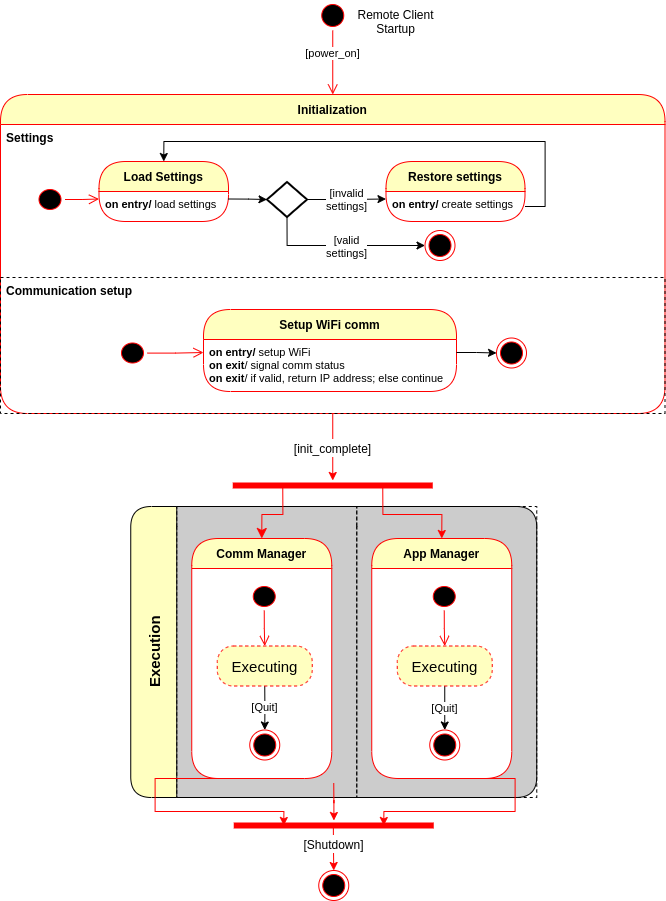
Earlier version of the draw.io export Proj/report/img/state-mach-rc.png (ElectroQuanta/MDO). Source tidied: cells renumbered, new cells last; positions are measured from the earlier drawing's top-left corner, leaving out a move shared by most shapes.
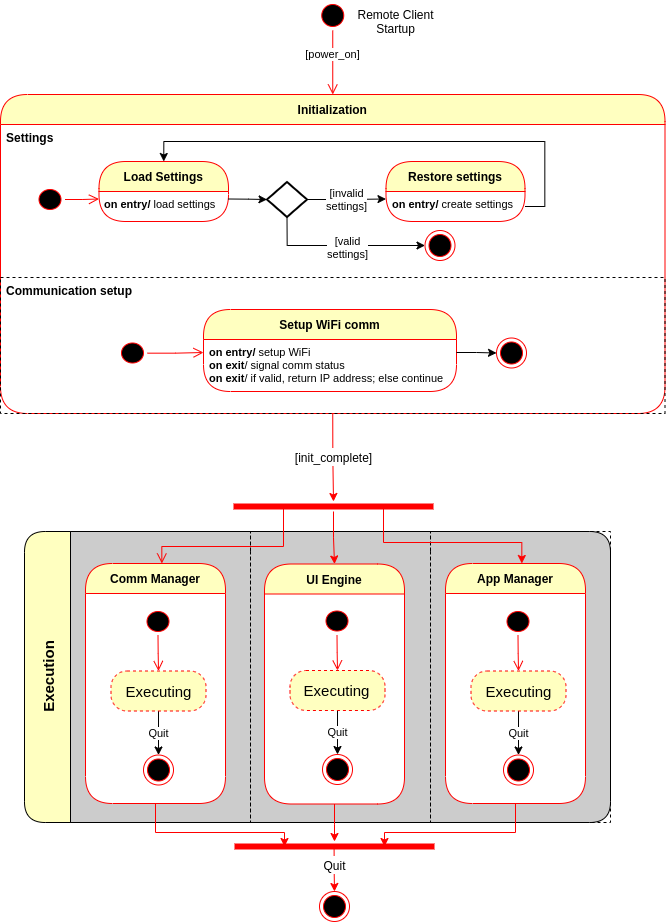
Later version of the same file.

Diff of the diagram source:
```diff
@@ -85,115 +85,142 @@
     <mxCell id="28" style="edgeStyle=orthogonalEdgeStyle;rounded=0;jettySize=auto;html=1;exitX=1;exitY=0.25;exitDx=0;exitDy=0;entryX=0;entryY=0.5;entryDx=0;entryDy=0;fontSize=11;" parent="22" edge="1" source="27" target="25">
       <mxGeometry x="26" as="geometry" />
     </mxCell>
-    <mxCell id="29" value="Execution" style="swimlane;html=1;startSize=46;horizontal=0;rounded=1;fillColor=#FFFFC0;fontSize=15;swimlaneFillColor=#CCCCCC;" parent="1" vertex="1">
-      <mxGeometry x="130.2" y="506" width="406" height="291" as="geometry" />
+    <mxCell id="29" value="&lt;font style=&quot;font-size: 12px&quot;&gt;[init_complete]&lt;/font&gt;" style="edgeStyle=orthogonalEdgeStyle;rounded=0;jettySize=auto;html=1;exitX=0.5;exitY=1;exitDx=0;exitDy=0;fontSize=15;fontColor=none;strokeColor=#FF0000;" parent="1" edge="1" source="4" target="60">
+      <mxGeometry relative="1" as="geometry" />
     </mxCell>
-    <mxCell id="30" value="Comm Manager" style="swimlane;startSize=20;fontColor=none;dashed=1;fillColor=none;noLabel=1;backgroundOutline=0;swimlaneLine=0;" parent="29" vertex="1">
-      <mxGeometry x="46" width="180" height="291" as="geometry" />
+    <mxCell id="30" value="Execution" style="swimlane;html=1;startSize=46;horizontal=0;rounded=1;fillColor=#FFFFC0;fontSize=15;swimlaneFillColor=#CCCCCC;" parent="1" vertex="1">
+      <mxGeometry x="24" y="531" width="586" height="291" as="geometry" />
     </mxCell>
-    <mxCell id="31" style="group;" parent="30" vertex="1">
-      <mxGeometry x="15" y="32" width="146" height="241" as="geometry" />
+    <mxCell id="31" value="Comm Manager" style="swimlane;startSize=20;fontColor=none;dashed=1;fillColor=none;noLabel=1;backgroundOutline=0;swimlaneLine=0;" parent="30" vertex="1">
+      <mxGeometry x="46" width="180" height="291" as="geometry" />
     </mxCell>
-    <mxCell id="32" value="Comm Manager" style="swimlane;fontStyle=1;align=center;verticalAlign=middle;horizontal=1;startSize=30;fontColor=#000000;rounded=1;arcSize=30;strokeColor=#ff0000;fillColor=#ffffc0;swimlaneFillColor=default;" parent="31" vertex="1">
-      <mxGeometry width="140" height="240" as="geometry" />
+    <mxCell id="32" style="group;" parent="31" vertex="1">
+      <mxGeometry x="15" y="32" width="146" height="241" as="geometry" />
     </mxCell>
-    <mxCell id="33" value="&lt;span style=&quot;font-weight: 400&quot;&gt;&lt;br&gt;&lt;/span&gt;" style="text;html=1;strokeColor=none;fillColor=none;align=left;verticalAlign=top;spacingLeft=4;spacingRight=4;whiteSpace=wrap;overflow=hidden;fontColor=#000000;fontStyle=1;fontSize=11;" parent="32" vertex="1">
-      <mxGeometry y="30" width="140" height="210" as="geometry" />
+    <mxCell id="33" value="Comm Manager" style="swimlane;fontStyle=1;align=center;verticalAlign=middle;horizontal=1;startSize=30;fontColor=#000000;rounded=1;arcSize=30;strokeColor=#ff0000;fillColor=#ffffc0;swimlaneFillColor=default;" parent="32" vertex="1">
+      <mxGeometry width="140" height="240" as="geometry" />
     </mxCell>
-    <mxCell id="34" style="ellipse;html=1;shape=startState;fillColor=#000000;strokeColor=#ff0000;rounded=0;shadow=0;comic=0;align=left;verticalAlign=top;" parent="31" vertex="1">
-      <mxGeometry x="57.5" y="44" width="30" height="28" as="geometry" />
+    <mxCell id="34" value="&lt;span style=&quot;font-weight: 400&quot;&gt;&lt;br&gt;&lt;/span&gt;" style="text;html=1;strokeColor=none;fillColor=none;align=left;verticalAlign=top;spacingLeft=4;spacingRight=4;whiteSpace=wrap;overflow=hidden;fontColor=#000000;fontStyle=1;fontSize=11;" parent="33" vertex="1">
+      <mxGeometry y="30" width="140" height="210" as="geometry" />
     </mxCell>
-    <mxCell id="35" style="edgeStyle=orthogonalEdgeStyle;html=1;verticalAlign=bottom;endArrow=open;endSize=8;strokeColor=#ff0000;rounded=0;entryX=0.5;entryY=0;entryDx=0;entryDy=0;" parent="31" edge="1" source="34" target="38">
-      <mxGeometry x="83.5" y="30" as="geometry" />
+    <mxCell id="35" style="ellipse;html=1;shape=startState;fillColor=#000000;strokeColor=#ff0000;rounded=0;shadow=0;comic=0;align=left;verticalAlign=top;" parent="32" vertex="1">
+      <mxGeometry x="57.5" y="44" width="30" height="28" as="geometry" />
     </mxCell>
-    <mxCell id="36" style="ellipse;html=1;shape=endState;fillColor=#000000;strokeColor=#ff0000;" parent="31" vertex="1">
-      <mxGeometry x="58" y="191.5" width="30" height="30" as="geometry" />
+    <mxCell id="36" style="edgeStyle=orthogonalEdgeStyle;html=1;verticalAlign=bottom;endArrow=open;endSize=8;strokeColor=#ff0000;rounded=0;entryX=0.5;entryY=0;entryDx=0;entryDy=0;" parent="32" edge="1" source="35" target="39">
+      <mxGeometry x="83.5" y="30" as="geometry" />
     </mxCell>
-    <mxCell id="37" value="[Quit]" style="edgeStyle=orthogonalEdgeStyle;rounded=0;jettySize=auto;html=1;exitX=0.5;exitY=1;exitDx=0;exitDy=0;entryX=0.5;entryY=0;entryDx=0;entryDy=0;fontSize=11;" parent="31" edge="1" source="38" target="36">
-      <mxGeometry as="geometry">
-        <Array as="points">
-          <mxPoint x="73" y="172" />
-          <mxPoint x="73" y="172" />
-        </Array>
-        <mxPoint y="-1" as="offset" />
-      </mxGeometry>
+    <mxCell id="37" style="ellipse;html=1;shape=endState;fillColor=#000000;strokeColor=#ff0000;" parent="32" vertex="1">
+      <mxGeometry x="58" y="191.5" width="30" height="30" as="geometry" />
     </mxCell>
-    <mxCell id="38" value="Executing" style="rounded=1;whiteSpace=wrap;html=1;arcSize=40;fontColor=#000000;fillColor=#ffffc0;strokeColor=#ff0000;dashed=1;fontSize=15;" parent="31" vertex="1">
-      <mxGeometry x="25.5" y="107.5" width="95" height="40" as="geometry" />
+    <mxCell id="38" value="Quit" style="edgeStyle=orthogonalEdgeStyle;rounded=0;jettySize=auto;html=1;exitX=0.5;exitY=1;exitDx=0;exitDy=0;entryX=0.5;entryY=0;entryDx=0;entryDy=0;fontSize=11;" parent="32" edge="1" source="39" target="37">
+      <mxGeometry x="83.5" y="24.5" as="geometry" />
     </mxCell>
-    <mxCell id="39" value="Supervisor" style="swimlane;html=1;startSize=20;dashed=1;fillColor=none;fontColor=none;noLabel=1;swimlaneLine=0;" parent="29" vertex="1">
-      <mxGeometry x="226" width="180" height="291" as="geometry" />
+    <mxCell id="39" value="Executing" style="rounded=1;whiteSpace=wrap;html=1;arcSize=40;fontColor=#000000;fillColor=#ffffc0;strokeColor=#ff0000;dashed=1;fontSize=15;" parent="32" vertex="1">
+      <mxGeometry x="25.5" y="107.5" width="95" height="40" as="geometry" />
     </mxCell>
-    <mxCell id="40" style="group;" parent="39" vertex="1">
-      <mxGeometry x="15" y="32" width="146" height="241" as="geometry" />
+    <mxCell id="40" value="DB manager" style="swimlane;startSize=20;dashed=1;fillColor=none;fontColor=none;noLabel=1;swimlaneLine=0;" parent="30" vertex="1">
+      <mxGeometry x="226" width="180" height="291" as="geometry" />
     </mxCell>
-    <mxCell id="41" value="App Manager" style="swimlane;fontStyle=1;align=center;verticalAlign=middle;horizontal=1;startSize=30;fontColor=#000000;rounded=1;arcSize=30;strokeColor=#ff0000;fillColor=#ffffc0;swimlaneFillColor=default;" parent="40" vertex="1">
-      <mxGeometry width="140" height="240" as="geometry" />
+    <mxCell id="41" style="group;" parent="40" vertex="1">
+      <mxGeometry x="14" y="66.5" width="146" height="241" as="geometry" />
     </mxCell>
-    <mxCell id="42" value="&lt;span style=&quot;font-weight: 400&quot;&gt;&lt;br&gt;&lt;/span&gt;" style="text;html=1;strokeColor=none;fillColor=none;align=left;verticalAlign=top;spacingLeft=4;spacingRight=4;whiteSpace=wrap;overflow=hidden;fontColor=#000000;fontStyle=1;fontSize=11;" parent="41" vertex="1">
-      <mxGeometry y="30" width="140" height="210" as="geometry" />
+    <mxCell id="42" value="UI Engine" style="swimlane;fontStyle=1;align=center;verticalAlign=middle;horizontal=1;startSize=30;fontColor=#000000;rounded=1;arcSize=30;strokeColor=#ff0000;fillColor=#ffffc0;swimlaneFillColor=default;" parent="41" vertex="1">
+      <mxGeometry y="-34" width="140" height="240" as="geometry" />
     </mxCell>
-    <mxCell id="43" style="ellipse;html=1;shape=startState;fillColor=#000000;strokeColor=#ff0000;rounded=0;shadow=0;comic=0;align=left;verticalAlign=top;" parent="40" vertex="1">
-      <mxGeometry x="57.5" y="44" width="30" height="28" as="geometry" />
+    <mxCell id="43" value="&lt;span style=&quot;font-weight: 400&quot;&gt;&lt;br&gt;&lt;/span&gt;" style="text;html=1;strokeColor=none;fillColor=none;align=left;verticalAlign=top;spacingLeft=4;spacingRight=4;whiteSpace=wrap;overflow=hidden;fontColor=#000000;fontStyle=1;fontSize=11;" parent="42" vertex="1">
+      <mxGeometry y="30" width="140" height="210" as="geometry" />
     </mxCell>
-    <mxCell id="44" style="edgeStyle=orthogonalEdgeStyle;html=1;verticalAlign=bottom;endArrow=open;endSize=8;strokeColor=#ff0000;rounded=0;entryX=0.5;entryY=0;entryDx=0;entryDy=0;" parent="40" edge="1" source="43" target="47">
-      <mxGeometry x="83.5" y="30" as="geometry" />
+    <mxCell id="44" style="ellipse;html=1;shape=startState;fillColor=#000000;strokeColor=#ff0000;rounded=0;shadow=0;comic=0;align=left;verticalAlign=top;" parent="41" vertex="1">
+      <mxGeometry x="57.5" y="9" width="30" height="28" as="geometry" />
     </mxCell>
-    <mxCell id="45" style="ellipse;html=1;shape=endState;fillColor=#000000;strokeColor=#ff0000;" parent="40" vertex="1">
-      <mxGeometry x="58" y="191.5" width="30" height="30" as="geometry" />
+    <mxCell id="45" style="edgeStyle=orthogonalEdgeStyle;html=1;verticalAlign=bottom;endArrow=open;endSize=8;strokeColor=#ff0000;rounded=0;entryX=0.5;entryY=0;entryDx=0;entryDy=0;" parent="41" edge="1" source="44" target="48">
+      <mxGeometry x="83.5" y="30" as="geometry" />
     </mxCell>
-    <mxCell id="46" value="[Quit]" style="edgeStyle=orthogonalEdgeStyle;rounded=0;jettySize=auto;html=1;exitX=0.5;exitY=1;exitDx=0;exitDy=0;entryX=0.5;entryY=0;entryDx=0;entryDy=0;fontSize=11;" parent="40" edge="1" source="47" target="45">
-      <mxGeometry x="83.5" y="24.5" as="geometry" />
+    <mxCell id="46" style="ellipse;html=1;shape=endState;fillColor=#000000;strokeColor=#ff0000;" parent="41" vertex="1">
+      <mxGeometry x="58" y="156.5" width="30" height="30" as="geometry" />
     </mxCell>
-    <mxCell id="47" value="Executing" style="rounded=1;whiteSpace=wrap;html=1;arcSize=40;fontColor=#000000;fillColor=#ffffc0;strokeColor=#ff0000;dashed=1;fontSize=15;" parent="40" vertex="1">
-      <mxGeometry x="25.5" y="107.5" width="95" height="40" as="geometry" />
+    <mxCell id="47" value="Quit" style="edgeStyle=orthogonalEdgeStyle;rounded=0;jettySize=auto;html=1;exitX=0.5;exitY=1;exitDx=0;exitDy=0;entryX=0.5;entryY=0;entryDx=0;entryDy=0;fontSize=11;" parent="41" edge="1" source="48" target="46">
+      <mxGeometry x="83.5" y="24.5" as="geometry" />
     </mxCell>
-    <mxCell id="48" style="edgeStyle=orthogonalEdgeStyle;rounded=0;jettySize=auto;html=1;fontSize=15;fontColor=none;strokeColor=#FF0000;entryX=0.5;entryY=0;entryDx=0;entryDy=0;exitX=0.75;exitY=0.5;exitDx=0;exitDy=0;exitPerimeter=0;" parent="1" edge="1" source="49" target="41">
-      <mxGeometry relative="1" as="geometry" />
+    <mxCell id="48" value="Executing" style="rounded=1;whiteSpace=wrap;html=1;arcSize=40;fontColor=#000000;fillColor=#ffffc0;strokeColor=#ff0000;dashed=1;fontSize=15;" parent="41" vertex="1">
+      <mxGeometry x="25.5" y="72.5" width="95" height="40" as="geometry" />
     </mxCell>
-    <mxCell id="49" style="shape=line;html=1;strokeWidth=6;strokeColor=#ff0000;rounded=1;fontSize=15;fontColor=none;fillColor=none;" parent="1" vertex="1">
-      <mxGeometry x="232.2" y="480" width="200" height="10" as="geometry" />
+    <mxCell id="49" value="Supervisor" style="swimlane;html=1;startSize=20;dashed=1;fillColor=none;fontColor=none;noLabel=1;swimlaneLine=0;" parent="30" vertex="1">
+      <mxGeometry x="406" width="180" height="291" as="geometry" />
     </mxCell>
-    <mxCell id="50" style="edgeStyle=orthogonalEdgeStyle;html=1;verticalAlign=bottom;endArrow=classic;endSize=8;strokeColor=#ff0000;rounded=0;fontSize=15;fontColor=none;exitX=0.25;exitY=0.5;exitDx=0;exitDy=0;exitPerimeter=0;entryX=0.5;entryY=0;entryDx=0;entryDy=0;endFill=1;" parent="1" edge="1" source="49" target="32">
-      <mxGeometry relative="1" as="geometry">
-        <Array as="points">
-          <mxPoint x="282" y="514" />
-          <mxPoint x="261" y="514" />
-        </Array>
-      </mxGeometry>
+    <mxCell id="50" style="group;" parent="49" vertex="1">
+      <mxGeometry x="15" y="32" width="146" height="241" as="geometry" />
     </mxCell>
-    <mxCell id="51" value="&lt;font style=&quot;font-size: 12px&quot;&gt;[init_complete]&lt;/font&gt;" style="edgeStyle=orthogonalEdgeStyle;rounded=0;jettySize=auto;html=1;exitX=0.5;exitY=1;exitDx=0;exitDy=0;fontSize=15;fontColor=none;strokeColor=#FF0000;" parent="1" edge="1" source="4" target="49">
-      <mxGeometry relative="1" as="geometry" />
+    <mxCell id="51" value="App Manager" style="swimlane;fontStyle=1;align=center;verticalAlign=middle;horizontal=1;startSize=30;fontColor=#000000;rounded=1;arcSize=30;strokeColor=#ff0000;fillColor=#ffffc0;swimlaneFillColor=default;" parent="50" vertex="1">
+      <mxGeometry width="140" height="240" as="geometry" />
     </mxCell>
-    <mxCell id="52" value="&lt;font style=&quot;font-size: 12px&quot;&gt;[Shutdown]&lt;/font&gt;" style="edgeStyle=orthogonalEdgeStyle;rounded=0;jettySize=auto;html=1;exitX=0.498;exitY=0.724;exitDx=0;exitDy=0;exitPerimeter=0;entryX=0.5;entryY=0;entryDx=0;entryDy=0;fontSize=15;fontColor=none;strokeColor=#FF0000;spacingTop=4;" parent="1" edge="1" source="53" target="57">
-      <mxGeometry x="-0.36" relative="1" as="geometry" />
+    <mxCell id="52" value="&lt;span style=&quot;font-weight: 400&quot;&gt;&lt;br&gt;&lt;/span&gt;" style="text;html=1;strokeColor=none;fillColor=none;align=left;verticalAlign=top;spacingLeft=4;spacingRight=4;whiteSpace=wrap;overflow=hidden;fontColor=#000000;fontStyle=1;fontSize=11;" parent="51" vertex="1">
+      <mxGeometry y="30" width="140" height="210" as="geometry" />
     </mxCell>
-    <mxCell id="53" style="shape=line;html=1;strokeWidth=6;strokeColor=#ff0000;rounded=1;fontSize=15;fontColor=none;fillColor=none;" parent="1" vertex="1">
-      <mxGeometry x="233.2" y="820" width="200" height="10" as="geometry" />
+    <mxCell id="53" style="ellipse;html=1;shape=startState;fillColor=#000000;strokeColor=#ff0000;rounded=0;shadow=0;comic=0;align=left;verticalAlign=top;" parent="50" vertex="1">
+      <mxGeometry x="57.5" y="44" width="30" height="28" as="geometry" />
     </mxCell>
-    <mxCell id="54" style="edgeStyle=orthogonalEdgeStyle;rounded=0;jettySize=auto;html=1;exitX=0.5;exitY=1;exitDx=0;exitDy=0;entryX=0.25;entryY=0.5;entryDx=0;entryDy=0;entryPerimeter=0;fontSize=15;fontColor=none;strokeColor=#FF0000;" parent="1" edge="1" source="33" target="53">
-      <mxGeometry relative="1" as="geometry">
-        <Array as="points">
-          <mxPoint x="154.5" y="811" />
-          <mxPoint x="283.5" y="811" />
-        </Array>
-      </mxGeometry>
+    <mxCell id="54" style="edgeStyle=orthogonalEdgeStyle;html=1;verticalAlign=bottom;endArrow=open;endSize=8;strokeColor=#ff0000;rounded=0;entryX=0.5;entryY=0;entryDx=0;entryDy=0;" parent="50" edge="1" source="53" target="57">
+      <mxGeometry x="83.5" y="30" as="geometry" />
     </mxCell>
-    <mxCell id="55" style="edgeStyle=orthogonalEdgeStyle;rounded=0;jettySize=auto;html=1;exitX=0.5;exitY=1;exitDx=0;exitDy=0;entryX=0.75;entryY=0.5;entryDx=0;entryDy=0;entryPerimeter=0;fontSize=15;fontColor=none;strokeColor=#FF0000;" parent="1" edge="1" source="42" target="53">
-      <mxGeometry relative="1" as="geometry">
-        <Array as="points">
-          <mxPoint x="514.5" y="811" />
-          <mxPoint x="383.5" y="811" />
-        </Array>
-      </mxGeometry>
+    <mxCell id="55" style="ellipse;html=1;shape=endState;fillColor=#000000;strokeColor=#ff0000;" parent="50" vertex="1">
+      <mxGeometry x="58" y="191.5" width="30" height="30" as="geometry" />
     </mxCell>
-    <mxCell id="56" style="edgeStyle=orthogonalEdgeStyle;rounded=0;jettySize=auto;html=1;exitX=0.5;exitY=1;exitDx=0;exitDy=0;fontSize=15;fontColor=none;strokeColor=#FF0000;" parent="1" edge="1" target="53">
-      <mxGeometry relative="1" as="geometry">
-        <mxPoint x="333.2" y="782.5" as="sourcePoint" />
-      </mxGeometry>
+    <mxCell id="56" value="Quit" style="edgeStyle=orthogonalEdgeStyle;rounded=0;jettySize=auto;html=1;exitX=0.5;exitY=1;exitDx=0;exitDy=0;entryX=0.5;entryY=0;entryDx=0;entryDy=0;fontSize=11;" parent="50" edge="1" source="57" target="55">
+      <mxGeometry x="83.5" y="24.5" as="geometry" />
     </mxCell>
-    <mxCell id="57" style="ellipse;html=1;shape=endState;fillColor=#000000;strokeColor=#ff0000;" parent="1" vertex="1">
-      <mxGeometry x="318.2" y="870" width="30" height="30" as="geometry" />
+    <mxCell id="57" value="Executing" style="rounded=1;whiteSpace=wrap;html=1;arcSize=40;fontColor=#000000;fillColor=#ffffc0;strokeColor=#ff0000;dashed=1;fontSize=15;" parent="50" vertex="1">
+      <mxGeometry x="25.5" y="107.5" width="95" height="40" as="geometry" />
     </mxCell>
+    <mxCell id="58" style="edgeStyle=orthogonalEdgeStyle;rounded=0;jettySize=auto;html=1;exitX=0.75;exitY=0.5;exitDx=0;exitDy=0;exitPerimeter=0;fontSize=15;fontColor=none;strokeColor=#FF0000;" parent="1" edge="1" source="60" target="51">
+      <mxGeometry relative="1" as="geometry">
+        <Array as="points">
+          <mxPoint x="383.2" y="542" />
+          <mxPoint x="521.2" y="542" />
+        </Array>
+      </mxGeometry>
+    </mxCell>
+    <mxCell id="59" style="edgeStyle=orthogonalEdgeStyle;rounded=0;jettySize=auto;html=1;fontSize=15;fontColor=none;strokeColor=#FF0000;" parent="1" edge="1" source="60" target="42">
+      <mxGeometry relative="1" as="geometry" />
+    </mxCell>
+    <mxCell id="60" style="shape=line;html=1;strokeWidth=6;strokeColor=#ff0000;rounded=1;fontSize=15;fontColor=none;fillColor=none;" parent="1" vertex="1">
+      <mxGeometry x="233" y="501" width="200" height="10" as="geometry" />
+    </mxCell>
+    <mxCell id="61" style="edgeStyle=orthogonalEdgeStyle;html=1;verticalAlign=bottom;endArrow=open;endSize=8;strokeColor=#ff0000;rounded=0;fontSize=15;fontColor=none;exitX=0.25;exitY=0.5;exitDx=0;exitDy=0;exitPerimeter=0;" parent="1" edge="1" source="60" target="33">
+      <mxGeometry relative="1" as="geometry">
+        <Array as="points">
+          <mxPoint x="283.2" y="546" />
+          <mxPoint x="161.2" y="546" />
+        </Array>
+      </mxGeometry>
+    </mxCell>
+    <mxCell id="62" value="&lt;font style=&quot;font-size: 12px&quot;&gt;Quit&lt;/font&gt;" style="edgeStyle=orthogonalEdgeStyle;rounded=0;jettySize=auto;html=1;exitX=0.498;exitY=0.724;exitDx=0;exitDy=0;exitPerimeter=0;entryX=0.5;entryY=0;entryDx=0;entryDy=0;fontSize=15;fontColor=none;strokeColor=#FF0000;spacingTop=4;" parent="1" edge="1" source="63" target="67">
+      <mxGeometry x="-0.36" relative="1" as="geometry" />
+    </mxCell>
+    <mxCell id="63" style="shape=line;html=1;strokeWidth=6;strokeColor=#ff0000;rounded=1;fontSize=15;fontColor=none;fillColor=none;" parent="1" vertex="1">
+      <mxGeometry x="234" y="841" width="200" height="10" as="geometry" />
+    </mxCell>
+    <mxCell id="64" style="edgeStyle=orthogonalEdgeStyle;rounded=0;jettySize=auto;html=1;exitX=0.5;exitY=1;exitDx=0;exitDy=0;entryX=0.25;entryY=0.5;entryDx=0;entryDy=0;entryPerimeter=0;fontSize=15;fontColor=none;strokeColor=#FF0000;" parent="1" edge="1" source="34" target="63">
+      <mxGeometry relative="1" as="geometry">
+        <Array as="points">
+          <mxPoint x="155.2" y="832" />
+          <mxPoint x="284.2" y="832" />
+        </Array>
+      </mxGeometry>
+    </mxCell>
+    <mxCell id="65" style="edgeStyle=orthogonalEdgeStyle;rounded=0;jettySize=auto;html=1;exitX=0.5;exitY=1;exitDx=0;exitDy=0;entryX=0.75;entryY=0.5;entryDx=0;entryDy=0;entryPerimeter=0;fontSize=15;fontColor=none;strokeColor=#FF0000;" parent="1" edge="1" source="52" target="63">
+      <mxGeometry relative="1" as="geometry">
+        <Array as="points">
+          <mxPoint x="515.2" y="832" />
+          <mxPoint x="384.2" y="832" />
+        </Array>
+      </mxGeometry>
+    </mxCell>
+    <mxCell id="66" style="edgeStyle=orthogonalEdgeStyle;rounded=0;jettySize=auto;html=1;exitX=0.5;exitY=1;exitDx=0;exitDy=0;fontSize=15;fontColor=none;strokeColor=#FF0000;" parent="1" edge="1" source="43" target="63">
+      <mxGeometry relative="1" as="geometry" />
+    </mxCell>
+    <mxCell id="67" style="ellipse;html=1;shape=endState;fillColor=#000000;strokeColor=#ff0000;" parent="1" vertex="1">
+      <mxGeometry x="319" y="891" width="30" height="30" as="geometry" />
+    </mxCell>
   </root>
 </mxGraphModel>
```
